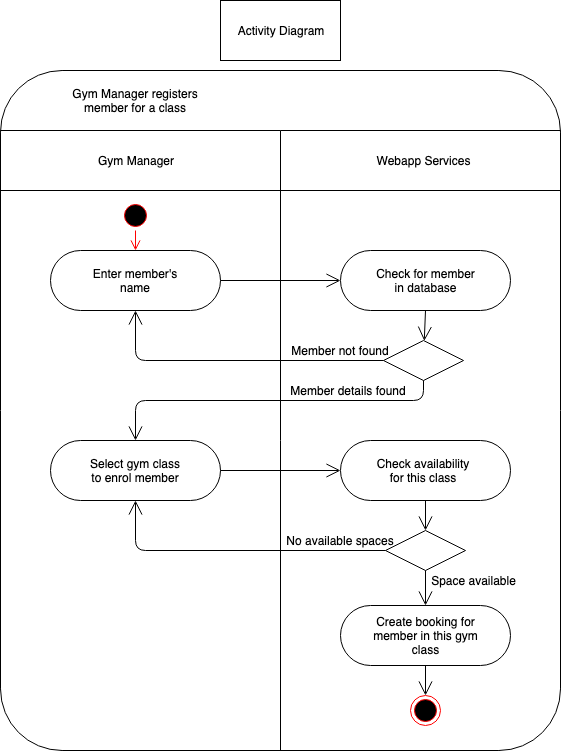
Earlier version of the draw.io export planning/gym_activity_diagram.png (gadgetguy82/gym_project). Source tidied: cells renumbered, new cells last; positions are measured from the earlier drawing's top-left corner, leaving out a move shared by most shapes. Its diagram source:
```xml
<mxGraphModel>
  <root>
    <mxCell id="0" />
    <mxCell id="1" parent="0" />
    <mxCell id="2" style="rounded=1;whiteSpace=wrap;html=1;arcSize=11;" parent="1" vertex="1">
      <mxGeometry y="70" width="560" height="680" as="geometry" />
    </mxCell>
    <mxCell id="3" style="rounded=0;whiteSpace=wrap;html=1;" parent="1" vertex="1">
      <mxGeometry x="220" width="120" height="60" as="geometry" />
    </mxCell>
    <mxCell id="4" value="Activity Diagram" style="text;html=1;strokeColor=none;fillColor=none;align=center;verticalAlign=middle;whiteSpace=wrap;rounded=0;" parent="1" vertex="1">
      <mxGeometry x="230" y="20" width="100" height="20" as="geometry" />
    </mxCell>
    <mxCell id="5" style="ellipse;html=1;shape=endState;fillColor=#000000;strokeColor=#ff0000;" parent="1" vertex="1">
      <mxGeometry x="410" y="695" width="30" height="30" as="geometry" />
    </mxCell>
    <mxCell id="6" style="line;strokeWidth=1;fillColor=none;align=left;verticalAlign=middle;spacingTop=-1;spacingLeft=3;spacingRight=3;labelPosition=right;" parent="1" vertex="1">
      <mxGeometry y="125" width="560" height="10" as="geometry" />
    </mxCell>
    <mxCell id="7" value="Gym Manager registers member for a class" style="text;html=1;strokeColor=none;fillColor=none;align=center;verticalAlign=middle;whiteSpace=wrap;rounded=0;" parent="1" vertex="1">
      <mxGeometry x="70" y="90" width="130" height="20" as="geometry" />
    </mxCell>
    <mxCell id="8" style="line;strokeWidth=1;fillColor=none;align=left;verticalAlign=middle;spacingTop=-1;spacingLeft=3;spacingRight=3;labelPosition=right;" parent="1" vertex="1">
      <mxGeometry y="185" width="560" height="10" as="geometry" />
    </mxCell>
    <mxCell id="9" value="Gym Manager" style="text;html=1;strokeColor=none;fillColor=none;align=center;verticalAlign=middle;whiteSpace=wrap;rounded=0;" parent="1" vertex="1">
      <mxGeometry x="95" y="150" width="80" height="20" as="geometry" />
    </mxCell>
    <mxCell id="10" style="endArrow=none;html=1;entryX=0.5;entryY=1;entryDx=0;entryDy=0;" parent="1" edge="1" target="2">
      <mxGeometry relative="1" as="geometry">
        <mxPoint x="280" y="130" as="sourcePoint" />
      </mxGeometry>
    </mxCell>
    <mxCell id="11" value="Webapp Services" style="text;html=1;strokeColor=none;fillColor=none;align=center;verticalAlign=middle;whiteSpace=wrap;rounded=0;" parent="1" vertex="1">
      <mxGeometry x="370" y="150" width="105" height="20" as="geometry" />
    </mxCell>
    <mxCell id="12" style="ellipse;html=1;shape=startState;fillColor=#000000;strokeColor=#ff0000;" parent="1" vertex="1">
      <mxGeometry x="120" y="200" width="30" height="30" as="geometry" />
    </mxCell>
    <mxCell id="13" style="edgeStyle=orthogonalEdgeStyle;html=1;verticalAlign=bottom;endArrow=open;endSize=8;strokeColor=#ff0000;entryX=0.5;entryY=0;entryDx=0;entryDy=0;" parent="1" edge="1" source="12" target="14">
      <mxGeometry relative="1" as="geometry" />
    </mxCell>
    <mxCell id="14" style="rounded=1;whiteSpace=wrap;html=1;arcSize=50;" parent="1" vertex="1">
      <mxGeometry x="50" y="250" width="170" height="60" as="geometry" />
    </mxCell>
    <mxCell id="15" value="Enter member's name" style="text;html=1;strokeColor=none;fillColor=none;align=center;verticalAlign=middle;whiteSpace=wrap;rounded=0;" parent="1" vertex="1">
      <mxGeometry x="85" y="270" width="100" height="20" as="geometry" />
    </mxCell>
    <mxCell id="16" style="rounded=1;whiteSpace=wrap;html=1;arcSize=50;" parent="1" vertex="1">
      <mxGeometry x="340" y="605" width="170" height="60" as="geometry" />
    </mxCell>
    <mxCell id="17" style="rounded=1;whiteSpace=wrap;html=1;arcSize=50;" parent="1" vertex="1">
      <mxGeometry x="50" y="440" width="170" height="60" as="geometry" />
    </mxCell>
    <mxCell id="18" style="rounded=1;whiteSpace=wrap;html=1;arcSize=50;" parent="1" vertex="1">
      <mxGeometry x="340" y="440" width="170" height="60" as="geometry" />
    </mxCell>
    <mxCell id="19" style="rounded=1;whiteSpace=wrap;html=1;arcSize=50;" parent="1" vertex="1">
      <mxGeometry x="340" y="250" width="170" height="60" as="geometry" />
    </mxCell>
    <mxCell id="20" value="Check for member in database" style="text;html=1;strokeColor=none;fillColor=none;align=center;verticalAlign=middle;whiteSpace=wrap;rounded=0;" parent="1" vertex="1">
      <mxGeometry x="373.5" y="270" width="103" height="20" as="geometry" />
    </mxCell>
    <mxCell id="21" style="rhombus;whiteSpace=wrap;html=1;" parent="1" vertex="1">
      <mxGeometry x="383" y="340" width="80" height="40" as="geometry" />
    </mxCell>
    <mxCell id="22" style="endArrow=open;endFill=1;endSize=12;html=1;entryX=0;entryY=0.5;entryDx=0;entryDy=0;exitX=1;exitY=0.5;exitDx=0;exitDy=0;" parent="1" edge="1" source="14" target="19">
      <mxGeometry relative="1" as="geometry" />
    </mxCell>
    <mxCell id="23" style="endArrow=open;endFill=1;endSize=12;html=1;exitX=0.5;exitY=1;exitDx=0;exitDy=0;" parent="1" edge="1" source="19" target="21">
      <mxGeometry relative="1" as="geometry" />
    </mxCell>
    <mxCell id="24" style="endArrow=open;endFill=1;endSize=12;html=1;entryX=0.5;entryY=0;entryDx=0;entryDy=0;exitX=0.5;exitY=1;exitDx=0;exitDy=0;" parent="1" edge="1" source="21" target="17">
      <mxGeometry relative="1" as="geometry">
        <Array as="points">
          <mxPoint x="423" y="400" />
          <mxPoint x="135" y="400" />
        </Array>
      </mxGeometry>
    </mxCell>
    <mxCell id="25" style="endArrow=open;endFill=1;endSize=12;html=1;entryX=0.5;entryY=1;entryDx=0;entryDy=0;exitX=0;exitY=0.5;exitDx=0;exitDy=0;" parent="1" edge="1" source="21" target="14">
      <mxGeometry relative="1" as="geometry">
        <Array as="points">
          <mxPoint x="135" y="360" />
        </Array>
      </mxGeometry>
    </mxCell>
    <mxCell id="26" value="Member details found" style="text;html=1;strokeColor=none;fillColor=none;align=center;verticalAlign=middle;whiteSpace=wrap;rounded=0;" parent="1" vertex="1">
      <mxGeometry x="287.5" y="380" width="120" height="20" as="geometry" />
    </mxCell>
    <mxCell id="27" value="Member not found" style="text;html=1;strokeColor=none;fillColor=none;align=center;verticalAlign=middle;whiteSpace=wrap;rounded=0;" parent="1" vertex="1">
      <mxGeometry x="280" y="340" width="120" height="20" as="geometry" />
    </mxCell>
    <mxCell id="28" value="Select gym class to enrol member" style="text;html=1;strokeColor=none;fillColor=none;align=center;verticalAlign=middle;whiteSpace=wrap;rounded=0;" parent="1" vertex="1">
      <mxGeometry x="85" y="460" width="100" height="20" as="geometry" />
    </mxCell>
    <mxCell id="29" style="endArrow=open;endFill=1;endSize=12;html=1;entryX=0;entryY=0.5;entryDx=0;entryDy=0;exitX=1;exitY=0.5;exitDx=0;exitDy=0;" parent="1" edge="1" source="17" target="18">
      <mxGeometry relative="1" as="geometry" />
    </mxCell>
    <mxCell id="30" value="Check availability for this class" style="text;html=1;strokeColor=none;fillColor=none;align=center;verticalAlign=middle;whiteSpace=wrap;rounded=0;" parent="1" vertex="1">
      <mxGeometry x="372.5" y="460" width="100" height="20" as="geometry" />
    </mxCell>
    <mxCell id="31" style="endArrow=open;endFill=1;endSize=12;html=1;entryX=0.5;entryY=0;entryDx=0;entryDy=0;exitX=0.5;exitY=1;exitDx=0;exitDy=0;" parent="1" edge="1" source="18" target="32">
      <mxGeometry relative="1" as="geometry" />
    </mxCell>
    <mxCell id="32" style="rhombus;whiteSpace=wrap;html=1;" parent="1" vertex="1">
      <mxGeometry x="385" y="530" width="80" height="40" as="geometry" />
    </mxCell>
    <mxCell id="33" style="endArrow=open;endFill=1;endSize=12;html=1;entryX=0.5;entryY=1;entryDx=0;entryDy=0;exitX=0;exitY=0.5;exitDx=0;exitDy=0;" parent="1" edge="1" source="32" target="17">
      <mxGeometry relative="1" as="geometry">
        <Array as="points">
          <mxPoint x="135" y="550" />
        </Array>
      </mxGeometry>
    </mxCell>
    <mxCell id="34" style="endArrow=open;endFill=1;endSize=12;html=1;entryX=0.5;entryY=0;entryDx=0;entryDy=0;exitX=0.5;exitY=1;exitDx=0;exitDy=0;" parent="1" edge="1" source="32" target="16">
      <mxGeometry relative="1" as="geometry" />
    </mxCell>
    <mxCell id="35" style="endArrow=open;endFill=1;endSize=12;html=1;entryX=0.5;entryY=0;entryDx=0;entryDy=0;exitX=0.5;exitY=1;exitDx=0;exitDy=0;" parent="1" edge="1" source="16" target="5">
      <mxGeometry relative="1" as="geometry" />
    </mxCell>
    <mxCell id="36" value="Create booking for member in this gym class" style="text;html=1;strokeColor=none;fillColor=none;align=center;verticalAlign=middle;whiteSpace=wrap;rounded=0;" parent="1" vertex="1">
      <mxGeometry x="370" y="625" width="111" height="20" as="geometry" />
    </mxCell>
    <mxCell id="37" value="No available spaces" style="text;html=1;strokeColor=none;fillColor=none;align=center;verticalAlign=middle;whiteSpace=wrap;rounded=0;" parent="1" vertex="1">
      <mxGeometry x="280" y="530" width="120" height="20" as="geometry" />
    </mxCell>
    <mxCell id="38" value="Space available" style="text;html=1;strokeColor=none;fillColor=none;align=center;verticalAlign=middle;whiteSpace=wrap;rounded=0;" parent="1" vertex="1">
      <mxGeometry x="426" y="570" width="95" height="20" as="geometry" />
    </mxCell>
  </root>
</mxGraphModel>
```
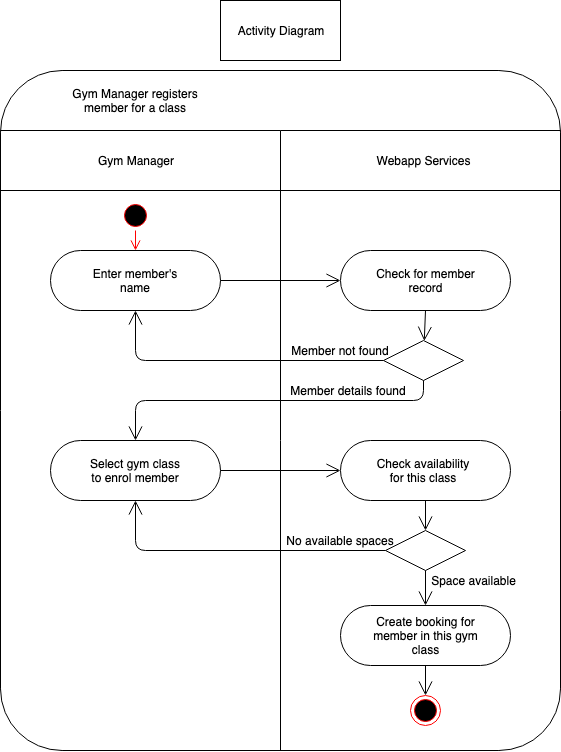
Later version of the same file.

The edit, as a diff of the source:
```diff
@@ -58,7 +58,7 @@
     <mxCell id="19" style="rounded=1;whiteSpace=wrap;html=1;arcSize=50;" parent="1" vertex="1">
       <mxGeometry x="340" y="250" width="170" height="60" as="geometry" />
     </mxCell>
-    <mxCell id="20" value="Check for member in database" style="text;html=1;strokeColor=none;fillColor=none;align=center;verticalAlign=middle;whiteSpace=wrap;rounded=0;" parent="1" vertex="1">
+    <mxCell id="20" value="Check for member record" style="text;html=1;strokeColor=none;fillColor=none;align=center;verticalAlign=middle;whiteSpace=wrap;rounded=0;" parent="1" vertex="1">
       <mxGeometry x="373.5" y="270" width="103" height="20" as="geometry" />
     </mxCell>
     <mxCell id="21" style="rhombus;whiteSpace=wrap;html=1;" parent="1" vertex="1">
```
